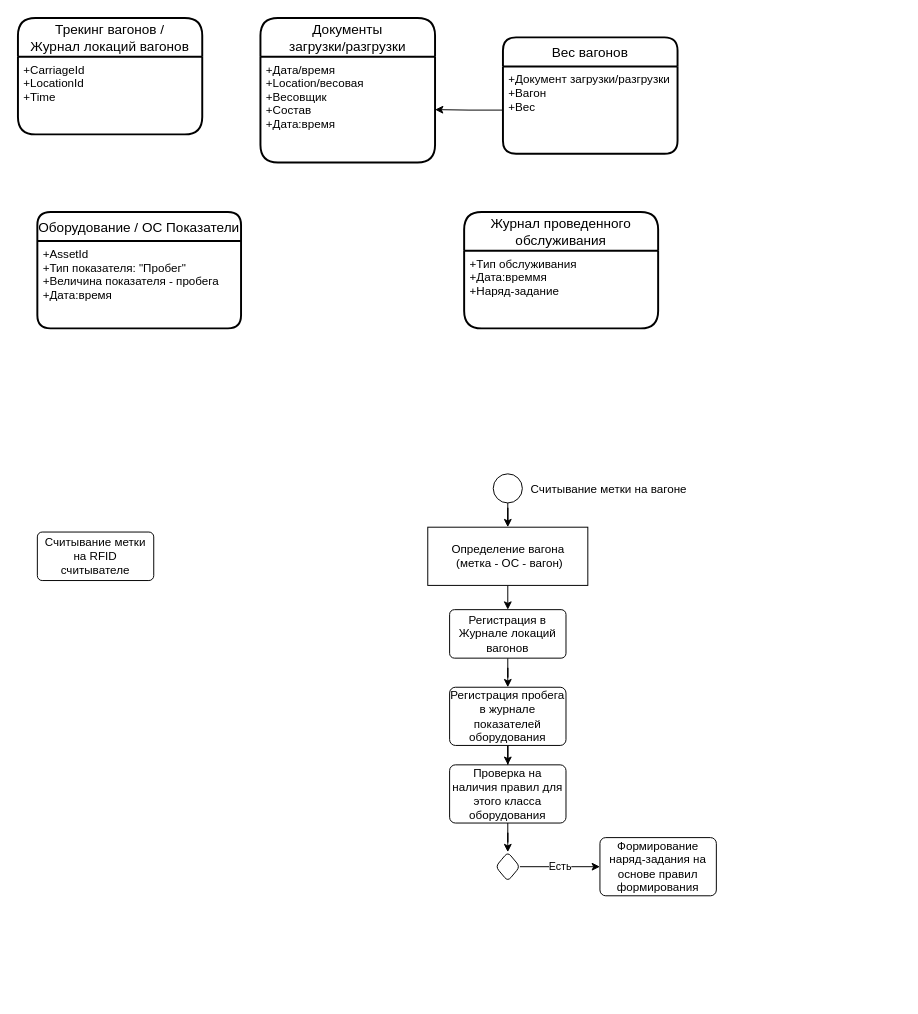
Before: page "Пробеги" (2 of 2) of sensor_to_business_oper.drawio in tvolodi/abitech, a draw.io diagram. Source tidied: cells renumbered, new cells numbered last; positions are measured from the earlier drawing's top-left corner, leaving out a move shared by most shapes. Both pictures are drawn from the tidied source at 97%, with x=0, y=0 at pixel (17, 17).
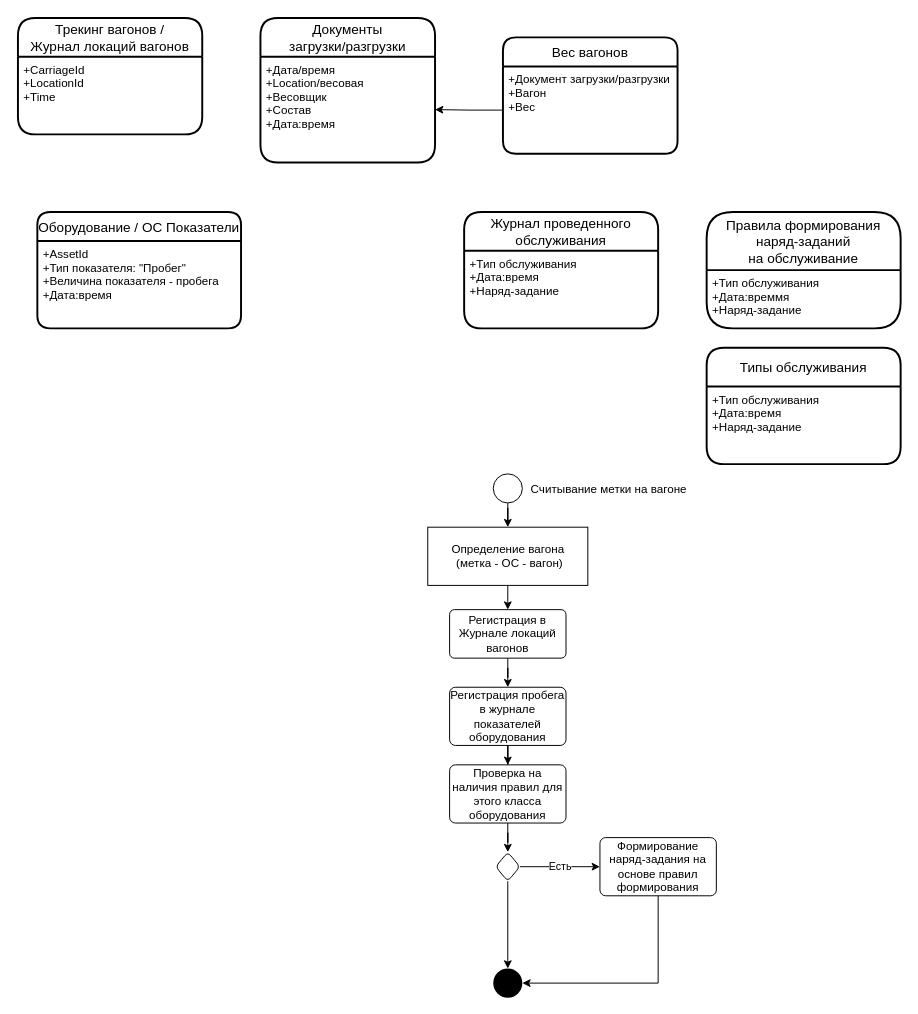
The same diagram, later.

The change refers to these unchanged cells:
```xml
<mxCell id="11" value="Журнал проведенного &#10;обслуживания" style="swimlane;horizontal=1;startSize=40;rounded=1;fontSize=14;fontStyle=0;strokeWidth=2;shadow=0;dashed=0;align=center;" parent="1" vertex="1">
  <mxGeometry x="460" y="200" width="200" height="120" as="geometry" />
</mxCell>
<mxCell id="25" style="rhombus;whiteSpace=wrap;html=1;rounded=1;arcSize=10;" parent="1" vertex="1">
  <mxGeometry x="492.5" y="860" width="25" height="30" as="geometry" />
</mxCell>
<mxCell id="26" value="Формирование наряд-задания на основе правил формирования" style="whiteSpace=wrap;html=1;rounded=1;arcSize=10;" parent="1" vertex="1">
  <mxGeometry x="600" y="845" width="120" height="60" as="geometry" />
</mxCell>
```

The edit, as a diff of the source:
```diff
@@
-    <mxCell id="12" value="+Тип обслуживания&#10;+Дата:времмя&#10;+Наряд-задание" style="align=left;strokeColor=none;fillColor=none;spacingLeft=4;fontSize=12;verticalAlign=top;" parent="11" vertex="1">
+    <mxCell id="12" value="+Тип обслуживания&#10;+Дата:время&#10;+Наряд-задание" style="align=left;strokeColor=none;fillColor=none;spacingLeft=4;fontSize=12;verticalAlign=top;" parent="11" vertex="1">
       <mxGeometry y="40" width="200" height="80" as="geometry" />
     </mxCell>
-    <mxCell id="13" value="Считывание метки на RFID считывателе" style="rounded=1;arcSize=10;whiteSpace=wrap;html=1;align=center;" parent="1" vertex="1">
-      <mxGeometry x="20" y="530" width="120" height="50" as="geometry" />
-    </mxCell>
@@
+    <mxCell id="27" style="edgeStyle=orthogonalEdgeStyle;rounded=0;jettySize=auto;html=1;exitX=0.5;exitY=1;exitDx=0;exitDy=0;entryX=0.5;entryY=0;entryDx=0;entryDy=0;" parent="1" edge="1" source="25" target="33">
+      <mxGeometry relative="1" as="geometry" />
+    </mxCell>
@@
+    <mxCell id="28" style="edgeStyle=orthogonalEdgeStyle;rounded=0;jettySize=auto;html=1;exitX=0.5;exitY=1;exitDx=0;exitDy=0;entryX=1;entryY=0.5;entryDx=0;entryDy=0;" parent="1" edge="1" source="26" target="33">
+      <mxGeometry relative="1" as="geometry" />
+    </mxCell>
@@
+    <mxCell id="29" value="Правила формирования&#10;наряд-заданий &#10;на обслуживание" style="swimlane;horizontal=1;startSize=60;rounded=1;fontSize=14;fontStyle=0;strokeWidth=2;shadow=0;dashed=0;align=center;" parent="1" vertex="1">
+      <mxGeometry x="710" y="200" width="200" height="120" as="geometry" />
+    </mxCell>
+    <mxCell id="30" value="+Тип обслуживания&#10;+Дата:времмя&#10;+Наряд-задание" style="align=left;strokeColor=none;fillColor=none;spacingLeft=4;fontSize=12;verticalAlign=top;" parent="29" vertex="1">
+      <mxGeometry y="60" width="200" height="60" as="geometry" />
+    </mxCell>
+    <mxCell id="31" value="Типы обслуживания" style="swimlane;horizontal=1;startSize=40;rounded=1;fontSize=14;fontStyle=0;strokeWidth=2;shadow=0;dashed=0;align=center;" parent="1" vertex="1">
+      <mxGeometry x="710" y="340" width="200" height="120" as="geometry" />
+    </mxCell>
+    <mxCell id="32" value="+Тип обслуживания&#10;+Дата:время&#10;+Наряд-задание" style="align=left;strokeColor=none;fillColor=none;spacingLeft=4;fontSize=12;verticalAlign=top;" parent="31" vertex="1">
+      <mxGeometry y="40" width="200" height="80" as="geometry" />
+    </mxCell>
+    <mxCell id="33" style="ellipse;fillColor=#000000;strokeColor=none;" parent="1" vertex="1">
+      <mxGeometry x="490" y="980" width="30" height="30" as="geometry" />
+    </mxCell>
```
